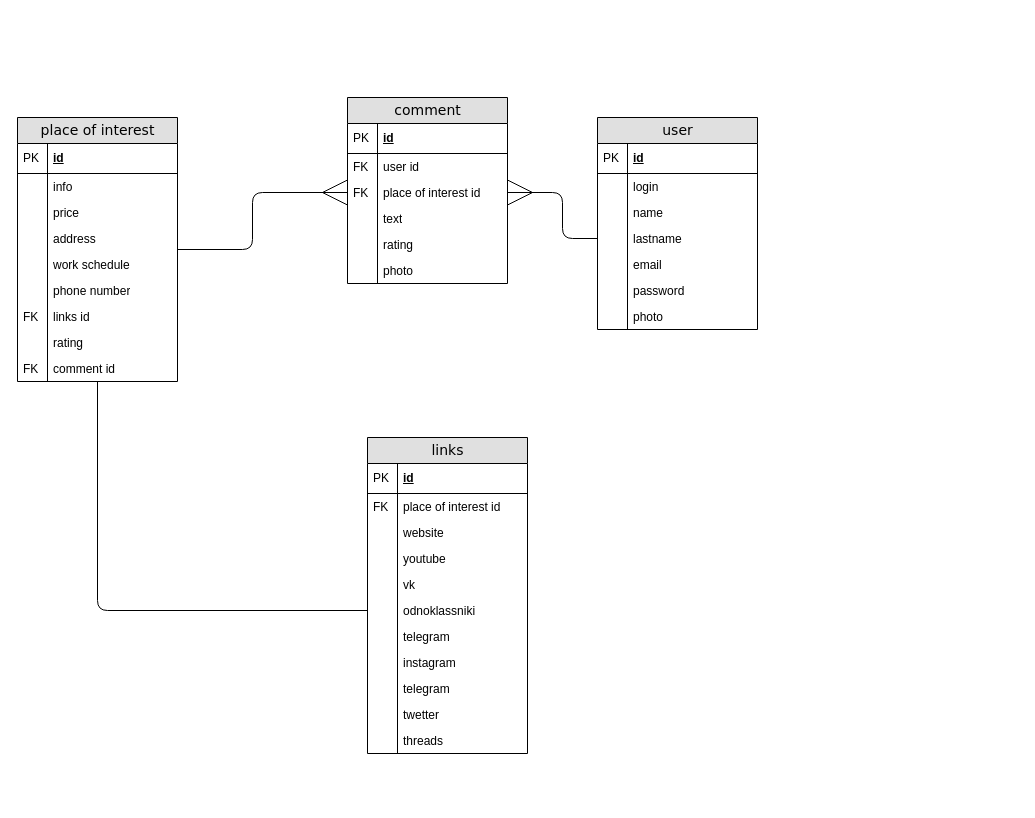
RinaBoni/travel_helper keeps this draw.io diagram as diagram/ERD.drawio. Above is the earlier version. Source tidied: cells renumbered, new cells numbered last; positions are measured from the earlier drawing's top-left corner, leaving out a move shared by most shapes. Both pictures are drawn from the tidied source at 100%, with x=0, y=0 at pixel (17, 97).
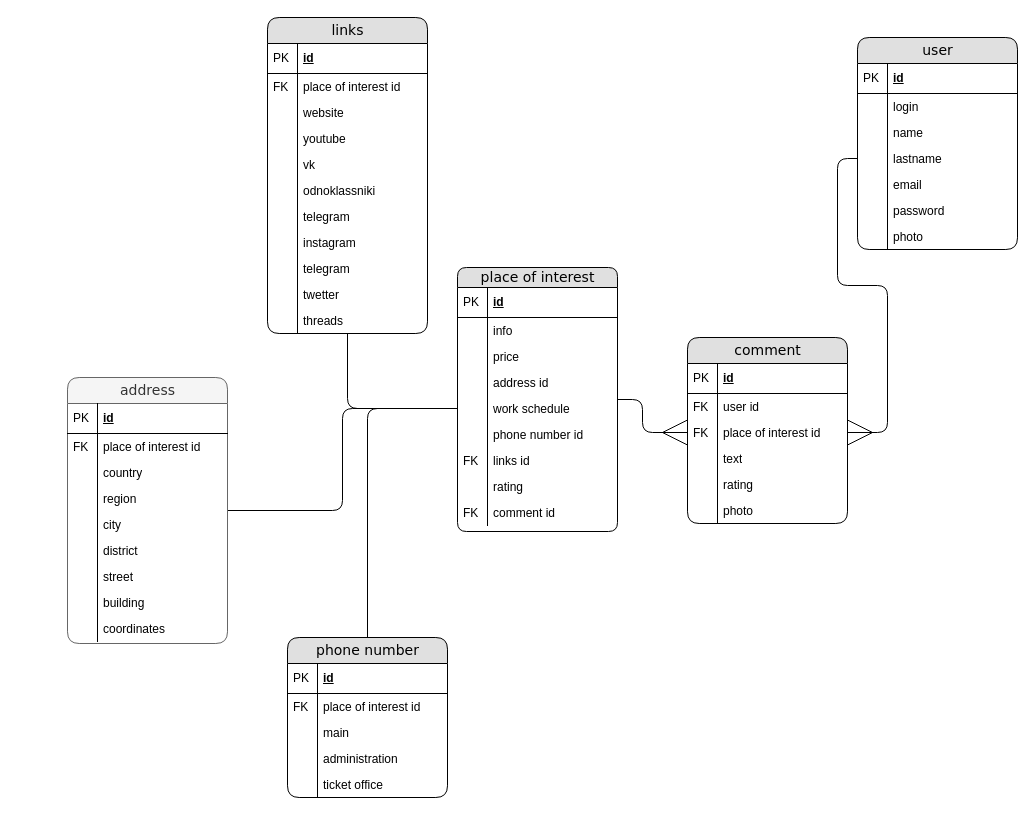
The same page after the edit.

The change refers to these unchanged cells:
```xml
<mxCell id="62" value="odnoklassniki" style="shape=partialRectangle;top=0;left=0;right=0;bottom=0;html=1;align=left;verticalAlign=top;fillColor=none;spacingLeft=34;spacingRight=4;whiteSpace=wrap;overflow=hidden;points=[[0,0.5],[1,0.5]];portConstraint=eastwest;" parent="51" vertex="1">
  <mxGeometry y="160" width="160" height="26" as="geometry" />
</mxCell>
```

The edit, as a diff of the source:
```diff
@@
-    <mxCell id="2" style="edgeStyle=orthogonalEdgeStyle;rounded=1;jettySize=auto;html=1;entryX=0;entryY=0.5;entryDx=0;entryDy=0;endArrow=none;endFill=0;" parent="1" edge="1" source="4" target="62">
-      <mxGeometry relative="1" as="geometry" />
-    </mxCell>
@@
-    <mxCell id="4" value="place of interest" style="swimlane;html=1;fontStyle=0;horizontal=1;startSize=26;fillColor=#e0e0e0;swimlaneFillColor=#ffffff;align=center;rounded=0;shadow=0;comic=0;labelBackgroundColor=none;strokeWidth=1;fontFamily=Verdana;fontSize=14;" parent="1" vertex="1">
-      <mxGeometry y="20" width="160" height="264" as="geometry" />
+    <mxCell id="4" value="place of interest" style="swimlane;html=1;fontStyle=0;horizontal=1;startSize=20;fillColor=#e0e0e0;swimlaneFillColor=#ffffff;align=center;rounded=1;shadow=0;comic=0;labelBackgroundColor=none;strokeWidth=1;fontFamily=Verdana;fontSize=14;glass=0;swimlaneLine=1;" parent="1" vertex="1">
+      <mxGeometry x="440" y="170" width="160" height="264" as="geometry" />
     </mxCell>
     <mxCell id="5" value="id" style="shape=partialRectangle;top=0;left=0;right=0;bottom=1;html=1;align=left;verticalAlign=middle;fillColor=none;spacingLeft=34;spacingRight=4;whiteSpace=wrap;overflow=hidden;fontStyle=5;" parent="4" vertex="1">
-      <mxGeometry y="26" width="160" height="30" as="geometry" />
+      <mxGeometry y="20" width="160" height="30" as="geometry" />
     </mxCell>
@@
     <mxCell id="7" value="info" style="shape=partialRectangle;top=0;left=0;right=0;bottom=0;html=1;align=left;verticalAlign=top;fillColor=none;spacingLeft=34;spacingRight=4;whiteSpace=wrap;overflow=hidden;" parent="4" vertex="1">
-      <mxGeometry y="56" width="160" height="26" as="geometry" />
+      <mxGeometry y="50" width="160" height="26" as="geometry" />
     </mxCell>
@@
     <mxCell id="9" value="price" style="shape=partialRectangle;top=0;left=0;right=0;bottom=0;html=1;align=left;verticalAlign=top;fillColor=none;spacingLeft=34;spacingRight=4;whiteSpace=wrap;overflow=hidden;" parent="4" vertex="1">
-      <mxGeometry y="82" width="160" height="26" as="geometry" />
+      <mxGeometry y="76" width="160" height="26" as="geometry" />
     </mxCell>
@@
-    <mxCell id="11" value="address" style="shape=partialRectangle;top=0;left=0;right=0;bottom=0;html=1;align=left;verticalAlign=top;fillColor=none;spacingLeft=34;spacingRight=4;whiteSpace=wrap;overflow=hidden;" parent="4" vertex="1">
-      <mxGeometry y="108" width="160" height="26" as="geometry" />
+    <mxCell id="11" value="address id" style="shape=partialRectangle;top=0;left=0;right=0;bottom=0;html=1;align=left;verticalAlign=top;fillColor=none;spacingLeft=34;spacingRight=4;whiteSpace=wrap;overflow=hidden;" parent="4" vertex="1">
+      <mxGeometry y="102" width="160" height="26" as="geometry" />
     </mxCell>
@@
     <mxCell id="13" value="work schedule" style="shape=partialRectangle;top=0;left=0;right=0;bottom=0;html=1;align=left;verticalAlign=top;fillColor=none;spacingLeft=34;spacingRight=4;whiteSpace=wrap;overflow=hidden;points=[[0,0.5],[1,0.5]];portConstraint=eastwest;" parent="4" vertex="1">
-      <mxGeometry y="134" width="160" height="26" as="geometry" />
+      <mxGeometry y="128" width="160" height="26" as="geometry" />
     </mxCell>
@@
-    <mxCell id="15" value="phone number" style="shape=partialRectangle;top=0;left=0;right=0;bottom=0;html=1;align=left;verticalAlign=top;fillColor=none;spacingLeft=34;spacingRight=4;whiteSpace=wrap;overflow=hidden;" parent="4" vertex="1">
-      <mxGeometry y="160" width="160" height="26" as="geometry" />
+    <mxCell id="15" value="phone number id" style="shape=partialRectangle;top=0;left=0;right=0;bottom=0;html=1;align=left;verticalAlign=top;fillColor=none;spacingLeft=34;spacingRight=4;whiteSpace=wrap;overflow=hidden;" parent="4" vertex="1">
+      <mxGeometry y="154" width="160" height="26" as="geometry" />
     </mxCell>
@@
     <mxCell id="17" value="links id" style="shape=partialRectangle;top=0;left=0;right=0;bottom=0;html=1;align=left;verticalAlign=top;fillColor=none;spacingLeft=34;spacingRight=4;whiteSpace=wrap;overflow=hidden;" parent="4" vertex="1">
-      <mxGeometry y="186" width="160" height="26" as="geometry" />
+      <mxGeometry y="180" width="160" height="26" as="geometry" />
     </mxCell>
@@
     <mxCell id="19" value="rating" style="shape=partialRectangle;top=0;left=0;right=0;bottom=0;html=1;align=left;verticalAlign=top;fillColor=none;spacingLeft=34;spacingRight=4;whiteSpace=wrap;overflow=hidden;" parent="4" vertex="1">
-      <mxGeometry y="212" width="160" height="26" as="geometry" />
+      <mxGeometry y="206" width="160" height="26" as="geometry" />
     </mxCell>
@@
     <mxCell id="21" value="comment id" style="shape=partialRectangle;top=0;left=0;right=0;bottom=0;html=1;align=left;verticalAlign=top;fillColor=none;spacingLeft=34;spacingRight=4;whiteSpace=wrap;overflow=hidden;" parent="4" vertex="1">
-      <mxGeometry y="238" width="160" height="26" as="geometry" />
+      <mxGeometry y="232" width="160" height="26" as="geometry" />
     </mxCell>
@@
-    <mxCell id="23" value="comment" style="swimlane;html=1;fontStyle=0;horizontal=1;startSize=26;fillColor=#e0e0e0;swimlaneFillColor=#ffffff;align=center;rounded=0;shadow=0;comic=0;labelBackgroundColor=none;strokeWidth=1;fontFamily=Verdana;fontSize=14;" parent="1" vertex="1">
-      <mxGeometry x="330" width="160" height="186" as="geometry" />
+    <mxCell id="23" value="comment" style="swimlane;html=1;fontStyle=0;horizontal=1;startSize=26;fillColor=#e0e0e0;swimlaneFillColor=#ffffff;align=center;rounded=1;shadow=0;comic=0;labelBackgroundColor=none;strokeWidth=1;fontFamily=Verdana;fontSize=14;" parent="1" vertex="1">
+      <mxGeometry x="670" y="240" width="160" height="186" as="geometry" />
     </mxCell>
@@
-    <mxCell id="36" value="user" style="swimlane;html=1;fontStyle=0;horizontal=1;startSize=26;fillColor=#e0e0e0;swimlaneFillColor=#ffffff;align=center;rounded=0;shadow=0;comic=0;labelBackgroundColor=none;strokeWidth=1;fontFamily=Verdana;fontSize=14;" parent="1" vertex="1">
-      <mxGeometry x="580" y="20" width="160" height="212" as="geometry" />
+    <mxCell id="36" value="user" style="swimlane;html=1;fontStyle=0;horizontal=1;startSize=26;fillColor=#e0e0e0;swimlaneFillColor=#ffffff;align=center;rounded=1;shadow=0;comic=0;labelBackgroundColor=none;strokeWidth=1;fontFamily=Verdana;fontSize=14;" parent="1" vertex="1">
+      <mxGeometry x="840" y="-60" width="160" height="212" as="geometry" />
     </mxCell>
@@
+    <mxCell id="75" style="edgeStyle=orthogonalEdgeStyle;jettySize=auto;html=1;entryX=0;entryY=0.5;entryDx=0;entryDy=0;rounded=1;endArrow=none;endFill=0;" parent="1" edge="1" source="51" target="13">
+      <mxGeometry relative="1" as="geometry" />
+    </mxCell>
-    <mxCell id="51" value="links" style="swimlane;html=1;fontStyle=0;horizontal=1;startSize=26;fillColor=#e0e0e0;swimlaneFillColor=#ffffff;align=center;rounded=0;shadow=0;comic=0;labelBackgroundColor=none;strokeWidth=1;fontFamily=Verdana;fontSize=14;" parent="1" vertex="1">
-      <mxGeometry x="350" y="340" width="160" height="316" as="geometry" />
+    <mxCell id="51" value="links" style="swimlane;html=1;fontStyle=0;horizontal=1;startSize=26;fillColor=#e0e0e0;swimlaneFillColor=#ffffff;align=center;rounded=1;shadow=0;comic=0;labelBackgroundColor=none;strokeWidth=1;fontFamily=Verdana;fontSize=14;" parent="1" vertex="1">
+      <mxGeometry x="250" y="-80" width="160" height="316" as="geometry" />
     </mxCell>
@@
+    <mxCell id="76" style="edgeStyle=orthogonalEdgeStyle;rounded=1;jettySize=auto;html=1;entryX=0;entryY=0.5;entryDx=0;entryDy=0;endArrow=none;endFill=0;" parent="1" edge="1" source="77" target="13">
+      <mxGeometry relative="1" as="geometry" />
+    </mxCell>
+    <mxCell id="77" value="address" style="swimlane;html=1;fontStyle=0;horizontal=1;startSize=26;swimlaneFillColor=#ffffff;align=center;rounded=1;shadow=0;comic=0;labelBackgroundColor=none;strokeWidth=1;fontFamily=Verdana;fontSize=14;fillColor=#f5f5f5;strokeColor=#666666;fontColor=#333333;" parent="1" vertex="1">
+      <mxGeometry x="50" y="280" width="160" height="266" as="geometry" />
+    </mxCell>
+    <mxCell id="78" value="id" style="shape=partialRectangle;top=0;left=0;right=0;bottom=1;html=1;align=left;verticalAlign=middle;fillColor=none;spacingLeft=34;spacingRight=4;whiteSpace=wrap;overflow=hidden;fontStyle=5;" parent="77" vertex="1">
+      <mxGeometry y="26" width="160" height="30" as="geometry" />
+    </mxCell>
+    <mxCell id="79" value="PK" style="shape=partialRectangle;top=0;left=0;bottom=0;html=1;fillColor=none;align=left;verticalAlign=middle;spacingLeft=4;spacingRight=4;whiteSpace=wrap;overflow=hidden;" parent="78" vertex="1">
+      <mxGeometry width="30" height="30" as="geometry" />
+    </mxCell>
+    <mxCell id="80" value="place of interest id" style="shape=partialRectangle;top=0;left=0;right=0;bottom=0;html=1;align=left;verticalAlign=top;fillColor=none;spacingLeft=34;spacingRight=4;whiteSpace=wrap;overflow=hidden;" parent="77" vertex="1">
+      <mxGeometry y="56" width="160" height="26" as="geometry" />
+    </mxCell>
+    <mxCell id="81" value="FK" style="shape=partialRectangle;top=0;left=0;bottom=0;html=1;fillColor=none;align=left;verticalAlign=top;spacingLeft=4;spacingRight=4;whiteSpace=wrap;overflow=hidden;" parent="80" vertex="1">
+      <mxGeometry width="30" height="26" as="geometry" />
+    </mxCell>
+    <mxCell id="82" value="country" style="shape=partialRectangle;top=0;left=0;right=0;bottom=0;html=1;align=left;verticalAlign=top;fillColor=none;spacingLeft=34;spacingRight=4;whiteSpace=wrap;overflow=hidden;" parent="77" vertex="1">
+      <mxGeometry y="82" width="160" height="26" as="geometry" />
+    </mxCell>
+    <mxCell id="83" style="shape=partialRectangle;top=0;left=0;bottom=0;html=1;fillColor=none;align=left;verticalAlign=top;spacingLeft=4;spacingRight=4;whiteSpace=wrap;overflow=hidden;" parent="82" vertex="1">
+      <mxGeometry width="30" height="26" as="geometry" />
+    </mxCell>
+    <mxCell id="84" value="region" style="shape=partialRectangle;top=0;left=0;right=0;bottom=0;html=1;align=left;verticalAlign=top;fillColor=none;spacingLeft=34;spacingRight=4;whiteSpace=wrap;overflow=hidden;" parent="77" vertex="1">
+      <mxGeometry y="108" width="160" height="26" as="geometry" />
+    </mxCell>
+    <mxCell id="85" style="shape=partialRectangle;top=0;left=0;bottom=0;html=1;fillColor=none;align=left;verticalAlign=top;spacingLeft=4;spacingRight=4;whiteSpace=wrap;overflow=hidden;" parent="84" vertex="1">
+      <mxGeometry width="30" height="26" as="geometry" />
+    </mxCell>
+    <mxCell id="86" value="city" style="shape=partialRectangle;top=0;left=0;right=0;bottom=0;html=1;align=left;verticalAlign=top;fillColor=none;spacingLeft=34;spacingRight=4;whiteSpace=wrap;overflow=hidden;" parent="77" vertex="1">
+      <mxGeometry y="134" width="160" height="26" as="geometry" />
+    </mxCell>
+    <mxCell id="87" style="shape=partialRectangle;top=0;left=0;bottom=0;html=1;fillColor=none;align=left;verticalAlign=top;spacingLeft=4;spacingRight=4;whiteSpace=wrap;overflow=hidden;" parent="86" vertex="1">
+      <mxGeometry width="30" height="26" as="geometry" />
+    </mxCell>
+    <mxCell id="88" value="district" style="shape=partialRectangle;top=0;left=0;right=0;bottom=0;html=1;align=left;verticalAlign=top;fillColor=none;spacingLeft=34;spacingRight=4;whiteSpace=wrap;overflow=hidden;" parent="77" vertex="1">
+      <mxGeometry y="160" width="160" height="26" as="geometry" />
+    </mxCell>
+    <mxCell id="89" style="shape=partialRectangle;top=0;left=0;bottom=0;html=1;fillColor=none;align=left;verticalAlign=top;spacingLeft=4;spacingRight=4;whiteSpace=wrap;overflow=hidden;" parent="88" vertex="1">
+      <mxGeometry width="30" height="26" as="geometry" />
+    </mxCell>
+    <mxCell id="90" value="street&amp;nbsp;" style="shape=partialRectangle;top=0;left=0;right=0;bottom=0;html=1;align=left;verticalAlign=top;fillColor=none;spacingLeft=34;spacingRight=4;whiteSpace=wrap;overflow=hidden;" parent="77" vertex="1">
+      <mxGeometry y="186" width="160" height="26" as="geometry" />
+    </mxCell>
+    <mxCell id="91" style="shape=partialRectangle;top=0;left=0;bottom=0;html=1;fillColor=none;align=left;verticalAlign=top;spacingLeft=4;spacingRight=4;whiteSpace=wrap;overflow=hidden;" parent="90" vertex="1">
+      <mxGeometry width="30" height="26" as="geometry" />
+    </mxCell>
+    <mxCell id="92" value="building" style="shape=partialRectangle;top=0;left=0;right=0;bottom=0;html=1;align=left;verticalAlign=top;fillColor=none;spacingLeft=34;spacingRight=4;whiteSpace=wrap;overflow=hidden;" parent="77" vertex="1">
+      <mxGeometry y="212" width="160" height="26" as="geometry" />
+    </mxCell>
+    <mxCell id="93" style="shape=partialRectangle;top=0;left=0;bottom=0;html=1;fillColor=none;align=left;verticalAlign=top;spacingLeft=4;spacingRight=4;whiteSpace=wrap;overflow=hidden;" parent="92" vertex="1">
+      <mxGeometry width="30" height="26" as="geometry" />
+    </mxCell>
+    <mxCell id="94" value="coordinates" style="shape=partialRectangle;top=0;left=0;right=0;bottom=0;html=1;align=left;verticalAlign=top;fillColor=none;spacingLeft=34;spacingRight=4;whiteSpace=wrap;overflow=hidden;" parent="77" vertex="1">
+      <mxGeometry y="238" width="160" height="26" as="geometry" />
+    </mxCell>
+    <mxCell id="95" style="shape=partialRectangle;top=0;left=0;bottom=0;html=1;fillColor=none;align=left;verticalAlign=top;spacingLeft=4;spacingRight=4;whiteSpace=wrap;overflow=hidden;" parent="94" vertex="1">
+      <mxGeometry width="30" height="26" as="geometry" />
+    </mxCell>
+    <mxCell id="96" style="edgeStyle=orthogonalEdgeStyle;rounded=1;jettySize=auto;html=1;entryX=0;entryY=0.5;entryDx=0;entryDy=0;endArrow=none;endFill=0;" parent="1" edge="1" source="97" target="13">
+      <mxGeometry relative="1" as="geometry" />
+    </mxCell>
+    <mxCell id="97" value="phone number" style="swimlane;html=1;fontStyle=0;horizontal=1;startSize=26;fillColor=#e0e0e0;swimlaneFillColor=#ffffff;align=center;rounded=1;shadow=0;comic=0;labelBackgroundColor=none;strokeWidth=1;fontFamily=Verdana;fontSize=14;" parent="1" vertex="1">
+      <mxGeometry x="270" y="540" width="160" height="160" as="geometry" />
+    </mxCell>
+    <mxCell id="98" value="id" style="shape=partialRectangle;top=0;left=0;right=0;bottom=1;html=1;align=left;verticalAlign=middle;fillColor=none;spacingLeft=34;spacingRight=4;whiteSpace=wrap;overflow=hidden;fontStyle=5;" parent="97" vertex="1">
+      <mxGeometry y="26" width="160" height="30" as="geometry" />
+    </mxCell>
+    <mxCell id="99" value="PK" style="shape=partialRectangle;top=0;left=0;bottom=0;html=1;fillColor=none;align=left;verticalAlign=middle;spacingLeft=4;spacingRight=4;whiteSpace=wrap;overflow=hidden;" parent="98" vertex="1">
+      <mxGeometry width="30" height="30" as="geometry" />
+    </mxCell>
+    <mxCell id="100" value="place of interest id" style="shape=partialRectangle;top=0;left=0;right=0;bottom=0;html=1;align=left;verticalAlign=top;fillColor=none;spacingLeft=34;spacingRight=4;whiteSpace=wrap;overflow=hidden;" parent="97" vertex="1">
+      <mxGeometry y="56" width="160" height="26" as="geometry" />
+    </mxCell>
+    <mxCell id="101" value="FK" style="shape=partialRectangle;top=0;left=0;bottom=0;html=1;fillColor=none;align=left;verticalAlign=top;spacingLeft=4;spacingRight=4;whiteSpace=wrap;overflow=hidden;" parent="100" vertex="1">
+      <mxGeometry width="30" height="26" as="geometry" />
+    </mxCell>
+    <mxCell id="102" value="main" style="shape=partialRectangle;top=0;left=0;right=0;bottom=0;html=1;align=left;verticalAlign=top;fillColor=none;spacingLeft=34;spacingRight=4;whiteSpace=wrap;overflow=hidden;" parent="97" vertex="1">
+      <mxGeometry y="82" width="160" height="26" as="geometry" />
+    </mxCell>
+    <mxCell id="103" style="shape=partialRectangle;top=0;left=0;bottom=0;html=1;fillColor=none;align=left;verticalAlign=top;spacingLeft=4;spacingRight=4;whiteSpace=wrap;overflow=hidden;" parent="102" vertex="1">
+      <mxGeometry width="30" height="26" as="geometry" />
+    </mxCell>
+    <mxCell id="104" value="administration" style="shape=partialRectangle;top=0;left=0;right=0;bottom=0;html=1;align=left;verticalAlign=top;fillColor=none;spacingLeft=34;spacingRight=4;whiteSpace=wrap;overflow=hidden;" parent="97" vertex="1">
+      <mxGeometry y="108" width="160" height="26" as="geometry" />
+    </mxCell>
+    <mxCell id="105" style="shape=partialRectangle;top=0;left=0;bottom=0;html=1;fillColor=none;align=left;verticalAlign=top;spacingLeft=4;spacingRight=4;whiteSpace=wrap;overflow=hidden;" parent="104" vertex="1">
+      <mxGeometry width="30" height="26" as="geometry" />
+    </mxCell>
+    <mxCell id="106" value="ticket office" style="shape=partialRectangle;top=0;left=0;right=0;bottom=0;html=1;align=left;verticalAlign=top;fillColor=none;spacingLeft=34;spacingRight=4;whiteSpace=wrap;overflow=hidden;" parent="97" vertex="1">
+      <mxGeometry y="134" width="160" height="26" as="geometry" />
+    </mxCell>
+    <mxCell id="107" style="shape=partialRectangle;top=0;left=0;bottom=0;html=1;fillColor=none;align=left;verticalAlign=top;spacingLeft=4;spacingRight=4;whiteSpace=wrap;overflow=hidden;" parent="106" vertex="1">
+      <mxGeometry width="30" height="26" as="geometry" />
+    </mxCell>
```
